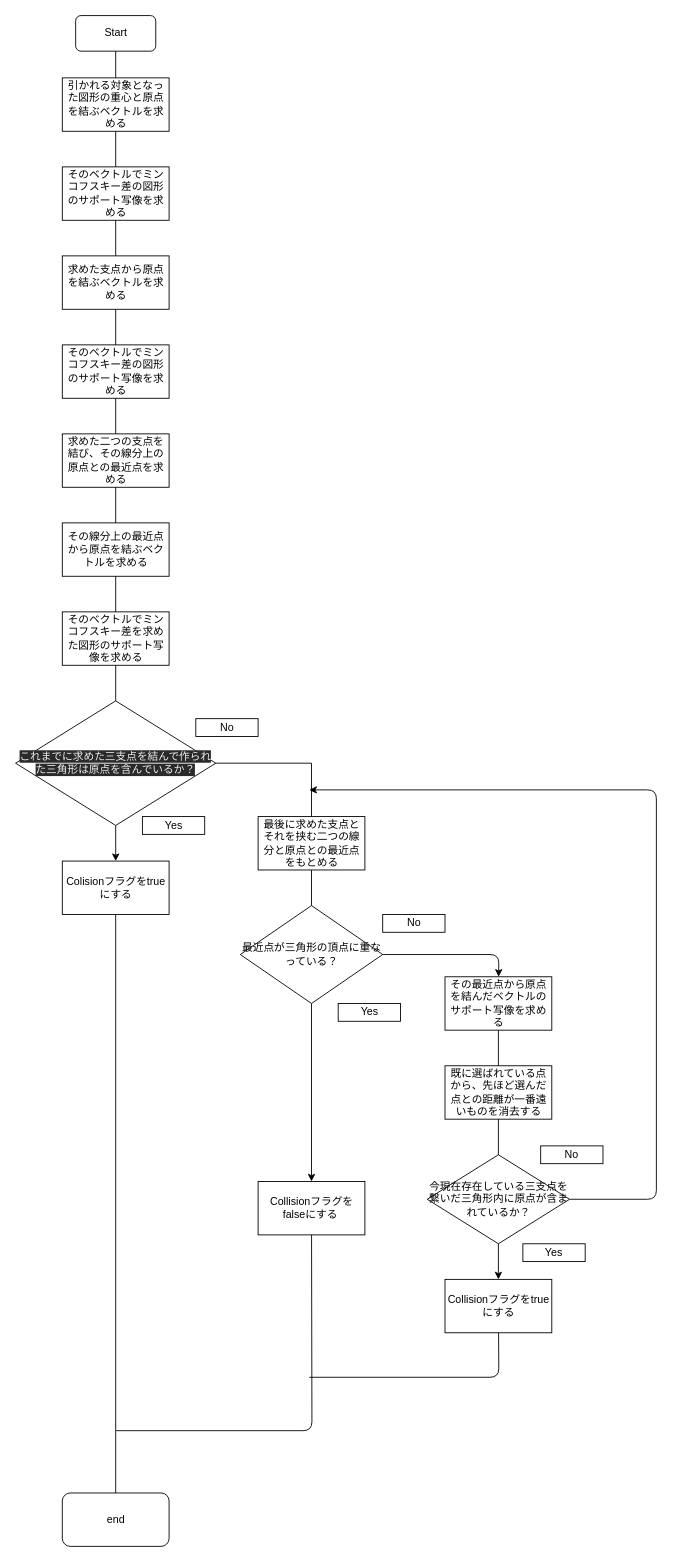
This is GJKAlgorithm.dio from yoruba0222/Physics_simulater, a draw.io file, before an edit. Source tidied: cells renumbered, new cells numbered last; positions are measured from the earlier drawing's top-left corner, leaving out a move shared by most shapes. Both pictures are drawn from the tidied source at 89%, with x=0, y=0 at pixel (15, 15).
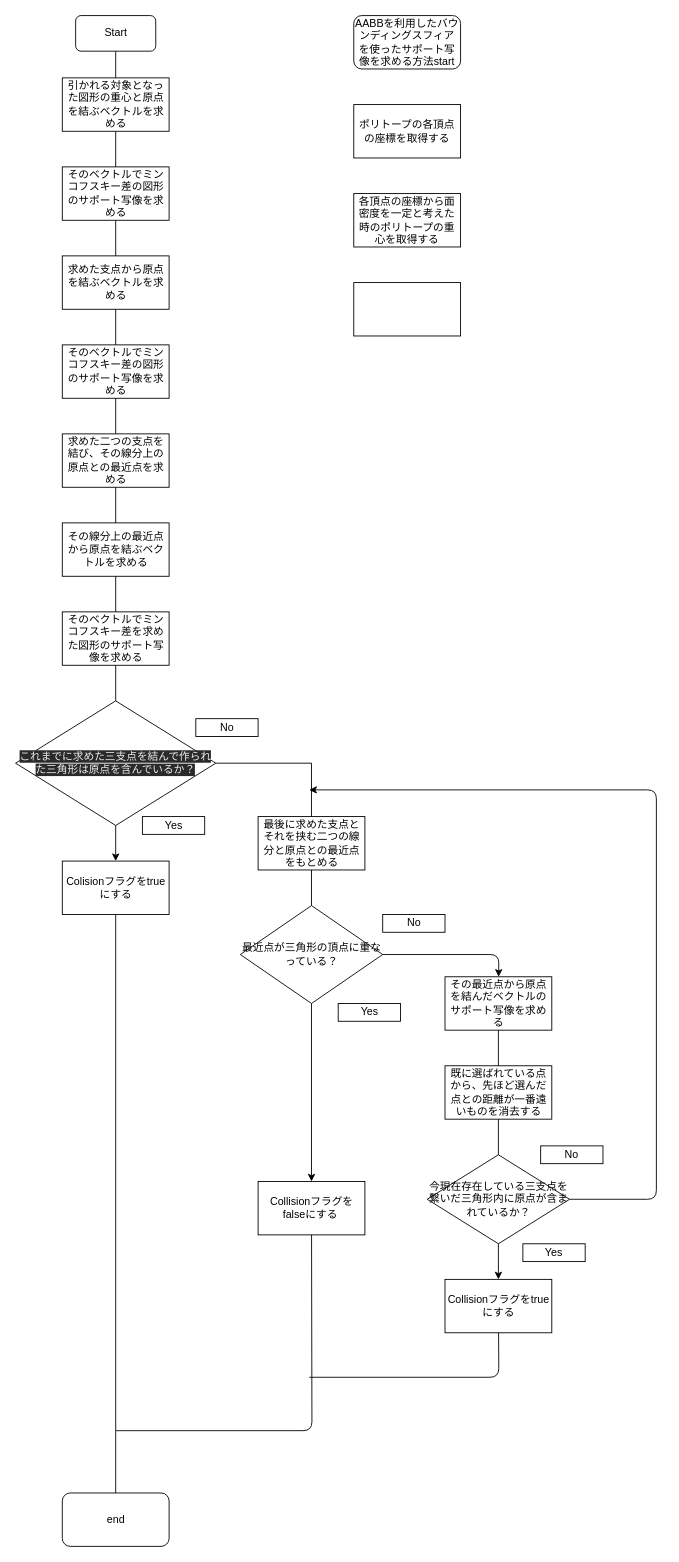
After the change.

The edit, as a diff of the source:
```diff
@@
+    <mxCell id="48" value="AABBを利用したバウンディングスフィアを使ったサポート写像を求める方法start" style="rounded=1;whiteSpace=wrap;html=1;" parent="1" vertex="1">
+      <mxGeometry x="380" width="120" height="60" as="geometry" />
+    </mxCell>
+    <mxCell id="49" value="ポリトープの各頂点の座標を取得する" style="rounded=0;whiteSpace=wrap;html=1;" parent="1" vertex="1">
+      <mxGeometry x="380" y="100" width="120" height="60" as="geometry" />
+    </mxCell>
+    <mxCell id="50" value="各頂点の座標から面密度を一定と考えた時のポリトープの重心を取得する" style="rounded=0;whiteSpace=wrap;html=1;" parent="1" vertex="1">
+      <mxGeometry x="380" y="200" width="120" height="60" as="geometry" />
+    </mxCell>
+    <mxCell id="51" style="rounded=0;whiteSpace=wrap;html=1;" parent="1" vertex="1">
+      <mxGeometry x="380" y="300" width="120" height="60" as="geometry" />
+    </mxCell>
```
